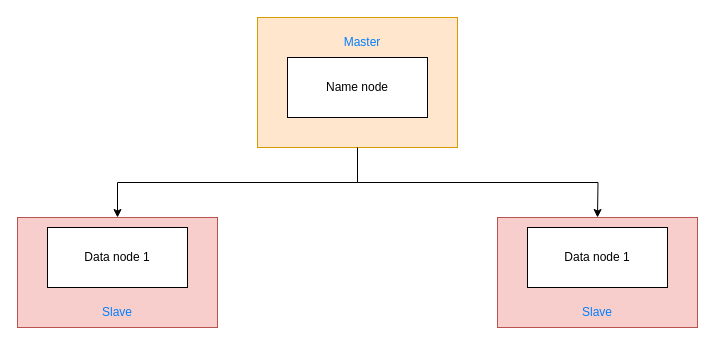
Before: architecture/HDFS_architecture.drawio in vukhanh09/DATN, a draw.io diagram. Source tidied: cells renumbered, new cells numbered last; positions are measured from the earlier drawing's top-left corner, leaving out a move shared by most shapes. Both pictures are drawn from the tidied source at 100%, with x=0, y=0 at pixel (17, 17).
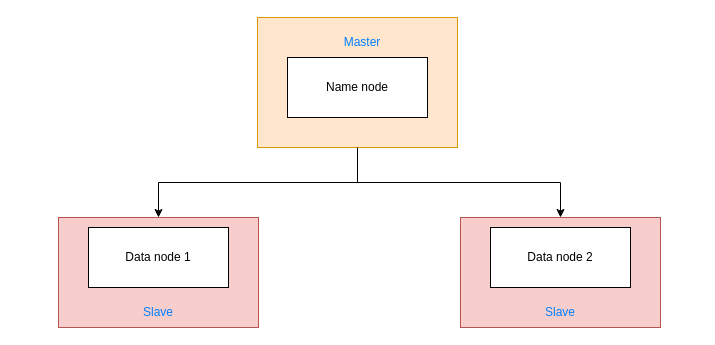
After the change.

Commit message:
Cập nhật HDFS_architecture.drawio

Change to the diagram source:
```diff
@@
 <mxGraphModel>
   <root>
     <mxCell id="0" />
     <mxCell id="1" parent="0" />
-    <mxCell id="2" style="edgeStyle=orthogonalEdgeStyle;rounded=0;jettySize=auto;html=1;exitX=0.5;exitY=1;exitDx=0;exitDy=0;entryX=0.5;entryY=0;entryDx=0;entryDy=0;" parent="1" edge="1" source="3">
-      <mxGeometry relative="1" as="geometry">
-        <mxPoint x="580" y="200" as="targetPoint" />
-      </mxGeometry>
-    </mxCell>
+    <mxCell id="13" style="edgeStyle=orthogonalEdgeStyle;rounded=0;jettySize=auto;html=1;exitX=0.5;exitY=1;exitDx=0;exitDy=0;entryX=0.5;entryY=0;entryDx=0;entryDy=0;" parent="1" edge="1" source="3" target="10">
+      <mxGeometry relative="1" as="geometry" />
+    </mxCell>
     <mxCell id="3" style="rounded=0;whiteSpace=wrap;html=1;fillColor=#ffe6cc;strokeColor=#d79b00;" parent="1" vertex="1">
       <mxGeometry x="240" width="200" height="130" as="geometry" />
     </mxCell>
     <mxCell id="4" style="edgeStyle=orthogonalEdgeStyle;rounded=0;jettySize=auto;html=1;exitX=0.5;exitY=1;exitDx=0;exitDy=0;entryX=0.5;entryY=0;entryDx=0;entryDy=0;" parent="1" edge="1" source="3" target="6">
-      <mxGeometry relative="1" as="geometry" />
+      <mxGeometry relative="1" as="geometry">
+        <Array as="points">
+          <mxPoint x="340" y="165" />
+          <mxPoint x="141" y="165" />
+        </Array>
+      </mxGeometry>
     </mxCell>
     <mxCell id="5" value="Name node" style="rounded=0;whiteSpace=wrap;html=1;" parent="1" vertex="1">
       <mxGeometry x="270" y="40" width="140" height="60" as="geometry" />
     </mxCell>
     <mxCell id="6" style="rounded=0;whiteSpace=wrap;html=1;fillColor=#f8cecc;strokeColor=#b85450;" parent="1" vertex="1">
-      <mxGeometry y="200" width="200" height="110" as="geometry" />
+      <mxGeometry x="41" y="200" width="200" height="110" as="geometry" />
     </mxCell>
     <mxCell id="7" value="Data node 1" style="rounded=0;whiteSpace=wrap;html=1;" parent="1" vertex="1">
-      <mxGeometry x="30" y="210" width="140" height="60" as="geometry" />
+      <mxGeometry x="71" y="210" width="140" height="60" as="geometry" />
     </mxCell>
     <mxCell id="8" value="&lt;font color=&quot;#007fff&quot;&gt;Master&lt;/font&gt;" style="text;html=1;align=center;verticalAlign=middle;whiteSpace=wrap;rounded=0;strokeColor=none;" parent="1" vertex="1">
       <mxGeometry x="315" y="10" width="60" height="30" as="geometry" />
     </mxCell>
     <mxCell id="9" value="&lt;font color=&quot;#007fff&quot;&gt;Slave&lt;/font&gt;" style="text;html=1;align=center;verticalAlign=middle;whiteSpace=wrap;rounded=0;strokeColor=none;" parent="1" vertex="1">
-      <mxGeometry x="70" y="280" width="60" height="30" as="geometry" />
+      <mxGeometry x="111" y="280" width="60" height="30" as="geometry" />
     </mxCell>
     <mxCell id="10" style="rounded=0;whiteSpace=wrap;html=1;fillColor=#f8cecc;strokeColor=#b85450;" parent="1" vertex="1">
-      <mxGeometry x="480" y="200" width="200" height="110" as="geometry" />
+      <mxGeometry x="443" y="200" width="200" height="110" as="geometry" />
     </mxCell>
-    <mxCell id="11" value="Data node 1" style="rounded=0;whiteSpace=wrap;html=1;" parent="1" vertex="1">
-      <mxGeometry x="510" y="210" width="140" height="60" as="geometry" />
+    <mxCell id="11" value="Data node 2" style="rounded=0;whiteSpace=wrap;html=1;" parent="1" vertex="1">
+      <mxGeometry x="473" y="210" width="140" height="60" as="geometry" />
     </mxCell>
     <mxCell id="12" value="&lt;font color=&quot;#007fff&quot;&gt;Slave&lt;/font&gt;" style="text;html=1;align=center;verticalAlign=middle;whiteSpace=wrap;rounded=0;strokeColor=none;" parent="1" vertex="1">
-      <mxGeometry x="550" y="280" width="60" height="30" as="geometry" />
+      <mxGeometry x="513" y="280" width="60" height="30" as="geometry" />
     </mxCell>
   </root>
 </mxGraphModel>
```
